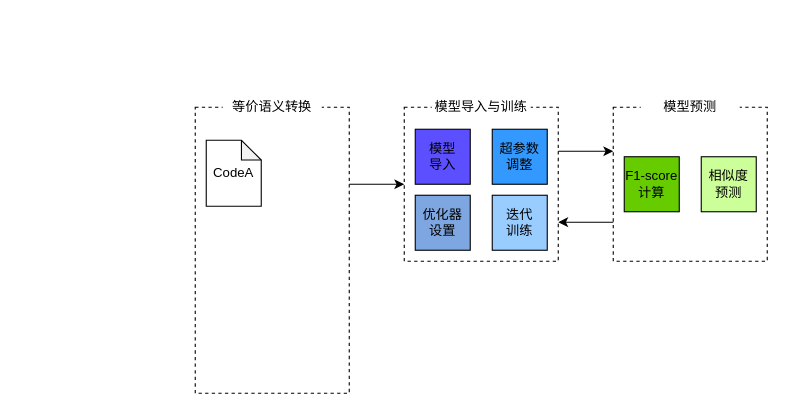
This is 框架.drawio from balllightnings/balllightnings.github.io, a draw.io file, before an edit. Source tidied: cells renumbered, new cells numbered last; positions are measured from the earlier drawing's top-left corner, leaving out a move shared by most shapes. Both pictures are drawn from the tidied source at 110%, with x=0, y=0 at pixel (195, 74).
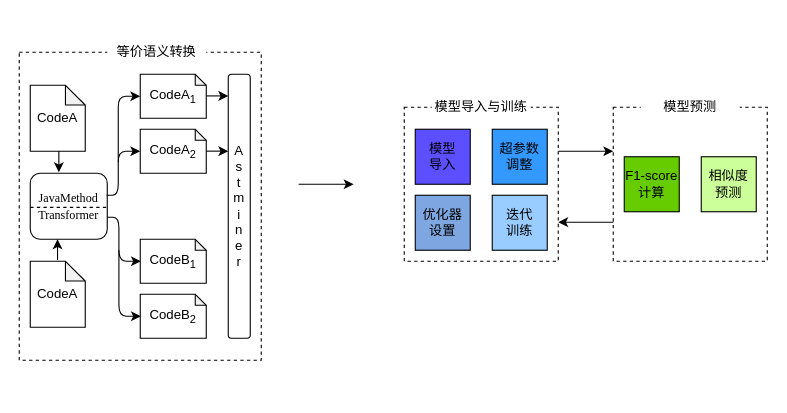
The same page after the edit.

Diff of the diagram source:
```diff
@@
     <mxCell id="2" style="whiteSpace=wrap;html=1;dashed=1;" parent="1" vertex="1">
-      <mxGeometry y="30" width="140" height="260" as="geometry" />
+      <mxGeometry x="-160" y="-20" width="220" height="280" as="geometry" />
     </mxCell>
     <mxCell id="3" value="等价语义转换" style="text;html=1;align=center;verticalAlign=middle;whiteSpace=wrap;rounded=0;dashed=1;labelBackgroundColor=none;fillColor=#ffffff;" parent="1" vertex="1">
-      <mxGeometry x="25" width="90" height="60" as="geometry" />
+      <mxGeometry x="-80" y="-50" width="90" height="60" as="geometry" />
     </mxCell>
     <mxCell id="4" style="endArrow=classic;html=1;" parent="1" edge="1">
       <mxGeometry relative="1" as="geometry">
-        <mxPoint x="140" y="100" as="sourcePoint" />
-        <mxPoint x="190" y="100" as="targetPoint" />
+        <mxPoint x="94" y="100" as="sourcePoint" />
+        <mxPoint x="144" y="100" as="targetPoint" />
       </mxGeometry>
     </mxCell>
@@
     <mxCell id="17" value="CodeA" style="shape=note;whiteSpace=wrap;html=1;backgroundOutline=1;darkOpacity=0.05;size=18;" parent="1" vertex="1">
-      <mxGeometry x="10" y="60" width="50" height="60" as="geometry" />
+      <mxGeometry x="-150" y="10" width="50" height="60" as="geometry" />
     </mxCell>
+    <mxCell id="18" value="&lt;div&gt;&lt;font style=&quot;font-size: 11px&quot;&gt;&lt;span style=&quot;font-family: &amp;#34;times new roman&amp;#34; , serif ; color: black&quot; lang=&quot;EN-US&quot;&gt;JavaMethod&lt;/span&gt;&lt;/font&gt;&lt;/div&gt;&lt;div&gt;&lt;font style=&quot;font-size: 11px&quot;&gt;&lt;span style=&quot;font-family: &amp;#34;times new roman&amp;#34; , serif ; color: black&quot; lang=&quot;EN-US&quot;&gt;Transformer&lt;/span&gt;&lt;/font&gt;&lt;/div&gt;" style="rounded=1;whiteSpace=wrap;html=1;" parent="1" vertex="1">
+      <mxGeometry x="-150" y="90" width="70" height="60" as="geometry" />
+    </mxCell>
+    <mxCell id="19" value="CodeA" style="shape=note;whiteSpace=wrap;html=1;backgroundOutline=1;darkOpacity=0.05;size=18;" parent="1" vertex="1">
+      <mxGeometry x="-150" y="170" width="50" height="60" as="geometry" />
+    </mxCell>
+    <mxCell id="20" style="endArrow=classic;html=1;" parent="1" edge="1">
+      <mxGeometry relative="1" as="geometry">
+        <mxPoint x="-124" y="70" as="sourcePoint" />
+        <mxPoint x="-124" y="89" as="targetPoint" />
+      </mxGeometry>
+    </mxCell>
+    <mxCell id="21" style="endArrow=classic;html=1;" parent="1" edge="1">
+      <mxGeometry relative="1" as="geometry">
+        <mxPoint x="-125.2" y="169" as="sourcePoint" />
+        <mxPoint x="-125.2" y="150" as="targetPoint" />
+      </mxGeometry>
+    </mxCell>
+    <mxCell id="22" style="endArrow=none;dashed=1;html=1;exitX=0;exitY=0.5;exitDx=0;exitDy=0;" parent="1" edge="1">
+      <mxGeometry relative="1" as="geometry">
+        <mxPoint x="-150" y="121" as="sourcePoint" />
+        <mxPoint x="-80" y="121" as="targetPoint" />
+      </mxGeometry>
+    </mxCell>
+    <mxCell id="23" style="edgeStyle=segmentEdgeStyle;endArrow=classic;html=1;exitX=0.991;exitY=0.333;exitDx=0;exitDy=0;exitPerimeter=0;" parent="1" edge="1" source="18">
+      <mxGeometry relative="1" as="geometry">
+        <mxPoint x="-50" y="70" as="targetPoint" />
+        <Array as="points">
+          <mxPoint x="-70" y="110" />
+          <mxPoint x="-70" y="70" />
+        </Array>
+      </mxGeometry>
+    </mxCell>
+    <mxCell id="24" style="edgeStyle=segmentEdgeStyle;endArrow=classic;html=1;" parent="1" edge="1">
+      <mxGeometry relative="1" as="geometry">
+        <mxPoint x="-70" y="80" as="sourcePoint" />
+        <mxPoint x="-50" y="20" as="targetPoint" />
+        <Array as="points">
+          <mxPoint x="-70" y="20" />
+        </Array>
+      </mxGeometry>
+    </mxCell>
+    <mxCell id="25" value="CodeA&lt;sub&gt;1&lt;/sub&gt;" style="shape=note;whiteSpace=wrap;html=1;backgroundOutline=1;darkOpacity=0.05;size=10;" parent="1" vertex="1">
+      <mxGeometry x="-50" width="60" height="40" as="geometry" />
+    </mxCell>
+    <mxCell id="26" value="CodeA&lt;sub&gt;2&lt;/sub&gt;" style="shape=note;whiteSpace=wrap;html=1;backgroundOutline=1;darkOpacity=0.05;size=10;" parent="1" vertex="1">
+      <mxGeometry x="-50" y="50" width="60" height="40" as="geometry" />
+    </mxCell>
+    <mxCell id="27" style="edgeStyle=segmentEdgeStyle;endArrow=classic;html=1;" parent="1" edge="1">
+      <mxGeometry relative="1" as="geometry">
+        <mxPoint x="-69.4" y="160" as="sourcePoint" />
+        <mxPoint x="-49.4" y="220" as="targetPoint" />
+        <Array as="points">
+          <mxPoint x="-69.4" y="220" />
+        </Array>
+      </mxGeometry>
+    </mxCell>
+    <mxCell id="28" style="edgeStyle=segmentEdgeStyle;endArrow=classic;html=1;exitX=0.991;exitY=0.333;exitDx=0;exitDy=0;exitPerimeter=0;" parent="1" edge="1">
+      <mxGeometry relative="1" as="geometry">
+        <mxPoint x="-80" y="130" as="sourcePoint" />
+        <mxPoint x="-49.4" y="170" as="targetPoint" />
+        <Array as="points">
+          <mxPoint x="-69.4" y="130" />
+          <mxPoint x="-69.4" y="170" />
+        </Array>
+      </mxGeometry>
+    </mxCell>
+    <mxCell id="29" value="CodeB&lt;sub&gt;1&lt;/sub&gt;" style="shape=note;whiteSpace=wrap;html=1;backgroundOutline=1;darkOpacity=0.05;size=10;" parent="1" vertex="1">
+      <mxGeometry x="-50" y="150" width="60" height="40" as="geometry" />
+    </mxCell>
+    <mxCell id="30" value="CodeB&lt;sub&gt;2&lt;/sub&gt;" style="shape=note;whiteSpace=wrap;html=1;backgroundOutline=1;darkOpacity=0.05;size=10;" parent="1" vertex="1">
+      <mxGeometry x="-50" y="200" width="60" height="40" as="geometry" />
+    </mxCell>
+    <mxCell id="31" value="&lt;div&gt;A&lt;/div&gt;&lt;div&gt;s&lt;br&gt;&lt;/div&gt;&lt;div&gt;t&lt;/div&gt;&lt;div&gt;m&lt;/div&gt;&lt;div&gt;i&lt;/div&gt;&lt;div&gt;n&lt;/div&gt;&lt;div&gt;e&lt;/div&gt;&lt;div&gt;r&lt;br&gt;&lt;/div&gt;" style="rounded=1;whiteSpace=wrap;html=1;" parent="1" vertex="1">
+      <mxGeometry x="30" width="20" height="240" as="geometry" />
+    </mxCell>
+    <mxCell id="32" style="endArrow=classic;html=1;" parent="1" edge="1">
+      <mxGeometry relative="1" as="geometry">
+        <mxPoint x="10" y="19.7" as="sourcePoint" />
+        <mxPoint x="30" y="19.7" as="targetPoint" />
+      </mxGeometry>
+    </mxCell>
+    <mxCell id="33" style="endArrow=classic;html=1;" parent="1" edge="1">
+      <mxGeometry relative="1" as="geometry">
+        <mxPoint x="10" y="69.9" as="sourcePoint" />
+        <mxPoint x="30" y="69.9" as="targetPoint" />
+      </mxGeometry>
+    </mxCell>
```
